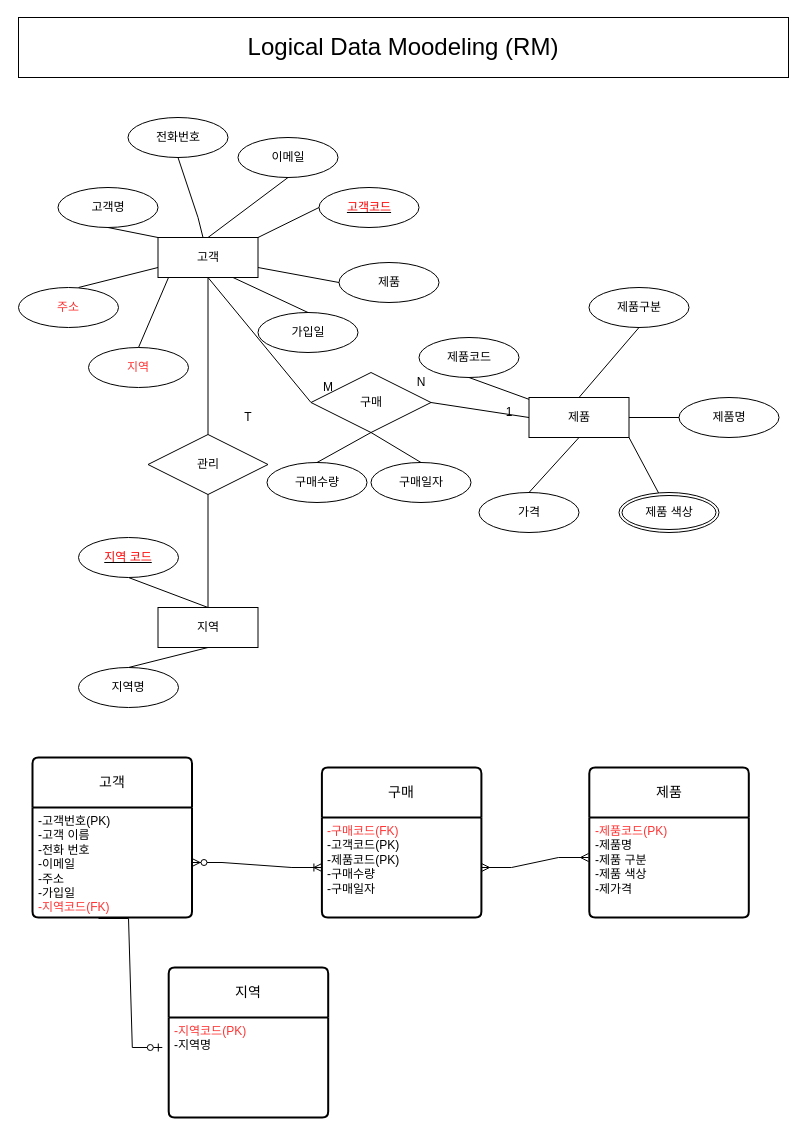
dao9933/ai8erd keeps this draw.io diagram as page "페이지-2" (2 of 2) of erd.drawio. Above is the earlier version. Source tidied: cells renumbered, new cells numbered last; positions are measured from the earlier drawing's top-left corner, leaving out a move shared by most shapes. Both pictures are drawn from the tidied source at 100%, with x=0, y=0 at pixel (18, 17).
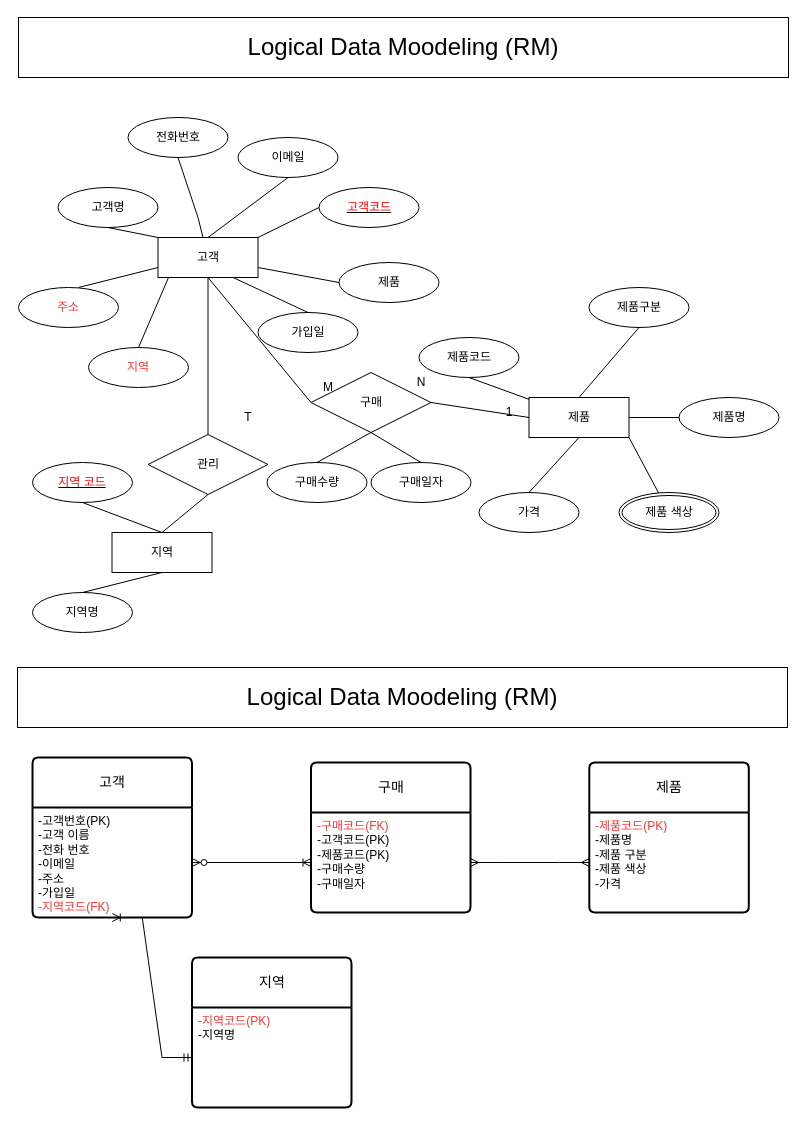
Above is the later version.

Unchanged cells that the change refers to:
```xml
<mxCell id="21" value="-고객번호(PK)&lt;br&gt;-고객 이름&lt;br&gt;-전화 번호&lt;br&gt;-이메일&lt;br&gt;-주소&lt;br&gt;-가입일&lt;br&gt;&lt;font color=&quot;#ff3333&quot;&gt;-지역코드(FK)&lt;/font&gt;" style="align=left;strokeColor=none;fillColor=none;spacingLeft=4;fontSize=12;verticalAlign=top;html=1;" parent="20" vertex="1">
  <mxGeometry y="50" width="159.5" height="110" as="geometry" />
</mxCell>
<mxCell id="44" value="&lt;font color=&quot;#ff3333&quot;&gt;-구매코드(FK)&lt;br&gt;&lt;/font&gt;-고객코드(PK)&lt;br&gt;-제품코드(PK)&lt;br&gt;-구매수량&lt;br&gt;-구매일자" style="align=left;strokeColor=none;fillColor=none;spacingLeft=4;fontSize=12;verticalAlign=top;html=1;" parent="43" vertex="1">
  <mxGeometry y="50" width="159.5" height="100" as="geometry" />
</mxCell>
<mxCell id="57" value="&lt;font color=&quot;#ff3333&quot;&gt;-지역코드(PK)&lt;br&gt;&lt;/font&gt;-지역명" style="align=left;strokeColor=none;fillColor=none;spacingLeft=4;fontSize=12;verticalAlign=top;html=1;" parent="56" vertex="1">
  <mxGeometry y="50" width="159.5" height="100" as="geometry" />
</mxCell>
```

The edit, as a diff of the source:
```diff
@@
     <mxCell id="22" value="지역" style="whiteSpace=wrap;html=1;align=center;rounded=0;" parent="1" vertex="1">
-      <mxGeometry x="139.5" y="590" width="100" height="40" as="geometry" />
+      <mxGeometry x="93.5" y="515" width="100" height="40" as="geometry" />
     </mxCell>
     <mxCell id="23" value="지역명" style="ellipse;whiteSpace=wrap;html=1;align=center;rounded=0;" parent="1" vertex="1">
-      <mxGeometry x="60" y="650" width="100" height="40" as="geometry" />
+      <mxGeometry x="14" y="575" width="100" height="40" as="geometry" />
     </mxCell>
@@
     <mxCell id="25" value="&lt;font color=&quot;#ff0000&quot;&gt;지역 코드&lt;/font&gt;" style="ellipse;whiteSpace=wrap;html=1;align=center;fontStyle=4;" parent="1" vertex="1">
-      <mxGeometry x="60" y="520" width="100" height="40" as="geometry" />
+      <mxGeometry x="14" y="445" width="100" height="40" as="geometry" />
     </mxCell>
@@
     <mxCell id="27" value="제품" style="swimlane;horizontal=1;startSize=50;rounded=1;fontSize=14;fontStyle=0;strokeWidth=2;shadow=0;dashed=0;align=center;arcSize=4;whiteSpace=wrap;html=1;" parent="1" vertex="1">
-      <mxGeometry x="570.8" y="750" width="159.5" height="150" as="geometry" />
+      <mxGeometry x="570.8" y="745" width="159.5" height="150" as="geometry" />
     </mxCell>
-    <mxCell id="28" value="&lt;font color=&quot;#ff3333&quot;&gt;-제품코드(PK)&lt;br&gt;&lt;/font&gt;-제품명&lt;br&gt;-제품 구분&lt;br&gt;-제품 색상&lt;br&gt;-제가격" style="align=left;strokeColor=none;fillColor=none;spacingLeft=4;fontSize=12;verticalAlign=top;html=1;" parent="27" vertex="1">
+    <mxCell id="28" value="&lt;font color=&quot;#ff3333&quot;&gt;-제품코드(PK)&lt;br&gt;&lt;/font&gt;-제품명&lt;br&gt;-제품 구분&lt;br&gt;-제품 색상&lt;br&gt;-가격" style="align=left;strokeColor=none;fillColor=none;spacingLeft=4;fontSize=12;verticalAlign=top;html=1;" parent="27" vertex="1">
       <mxGeometry y="50" width="159.5" height="100" as="geometry" />
     </mxCell>
@@
     <mxCell id="43" value="구매" style="swimlane;horizontal=1;startSize=50;rounded=1;fontSize=14;fontStyle=0;strokeWidth=2;shadow=0;dashed=0;align=center;arcSize=4;whiteSpace=wrap;html=1;" parent="1" vertex="1">
-      <mxGeometry x="303.4" y="750" width="159.5" height="150" as="geometry" />
+      <mxGeometry x="292.5" y="745" width="159.5" height="150" as="geometry" />
     </mxCell>
@@
     <mxCell id="56" value="지역" style="swimlane;horizontal=1;startSize=50;rounded=1;fontSize=14;fontStyle=0;strokeWidth=2;shadow=0;dashed=0;align=center;arcSize=4;whiteSpace=wrap;html=1;" parent="1" vertex="1">
-      <mxGeometry x="150.2" y="950" width="159.5" height="150" as="geometry" />
+      <mxGeometry x="173.5" y="940" width="159.5" height="150" as="geometry" />
     </mxCell>
@@
-    <mxCell id="58" style="edgeStyle=entityRelationEdgeStyle;fontSize=12;html=1;endArrow=ERmany;startArrow=ERmany;rounded=0;" parent="1" edge="1">
-      <mxGeometry relative="1" as="geometry">
-        <mxPoint x="463" y="850" as="sourcePoint" />
-        <mxPoint x="570" y="840" as="targetPoint" />
-      </mxGeometry>
+    <mxCell id="58" style="edgeStyle=entityRelationEdgeStyle;fontSize=12;html=1;endArrow=ERmany;startArrow=ERmany;rounded=0;exitX=1;exitY=0.5;exitDx=0;exitDy=0;entryX=0;entryY=0.5;entryDx=0;entryDy=0;" parent="1" edge="1" source="44" target="28">
+      <mxGeometry relative="1" as="geometry" />
     </mxCell>
@@
-    <mxCell id="60" style="edgeStyle=entityRelationEdgeStyle;fontSize=12;html=1;endArrow=ERzeroToOne;endFill=1;rounded=0;exitX=0.414;exitY=1.009;exitDx=0;exitDy=0;exitPerimeter=0;" parent="1" edge="1" source="21">
-      <mxGeometry relative="1" as="geometry">
-        <mxPoint x="143.8" y="1030" as="targetPoint" />
-      </mxGeometry>
-    </mxCell>
+    <mxCell id="61" style="edgeStyle=entityRelationEdgeStyle;fontSize=12;html=1;endArrow=ERoneToMany;startArrow=ERmandOne;rounded=0;entryX=0.5;entryY=1;entryDx=0;entryDy=0;exitX=0;exitY=0.5;exitDx=0;exitDy=0;" parent="1" edge="1" source="57" target="21">
+      <mxGeometry relative="1" as="geometry" />
+    </mxCell>
+    <mxCell id="62" value="&lt;font style=&quot;font-size: 24px;&quot;&gt;Logical Data Moodeling (RM)&lt;/font&gt;" style="rounded=0;whiteSpace=wrap;html=1;" parent="1" vertex="1">
+      <mxGeometry x="-1" y="650" width="770" height="60" as="geometry" />
+    </mxCell>
```
